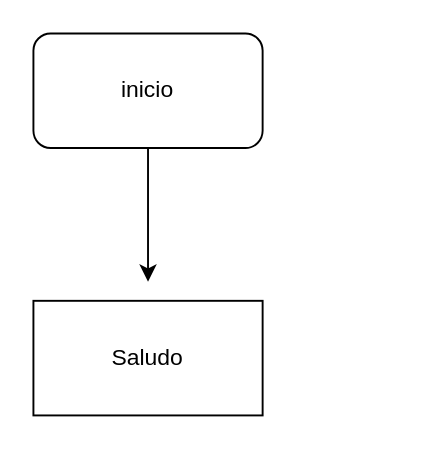
Above: Hola.drawio in smendozagomez/example (draw.io), before the change. Source tidied: cells renumbered, new cells numbered last; positions are measured from the earlier drawing's top-left corner, leaving out a move shared by most shapes. Both pictures are drawn from the tidied source at 191%, with x=0, y=0 at pixel (32, 32).
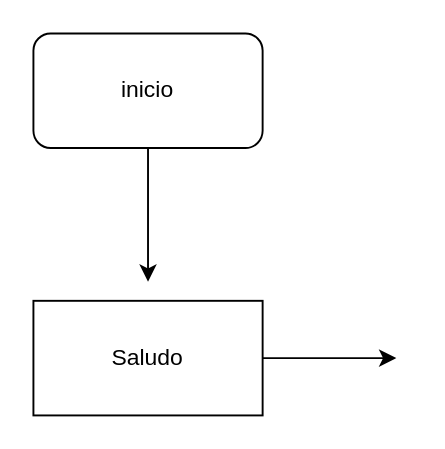
Above is the later version.

Change to the diagram source:
```diff
@@
 <mxGraphModel>
   <root>
     <mxCell id="0" />
     <mxCell id="1" parent="0" />
     <mxCell id="2" value="inicio" style="rounded=1;whiteSpace=wrap;html=1;" parent="1" vertex="1">
       <mxGeometry width="120" height="60" as="geometry" />
     </mxCell>
     <mxCell id="3" style="endArrow=classic;html=1;rounded=0;" parent="1" edge="1" source="2">
       <mxGeometry relative="1" as="geometry">
         <mxPoint x="60" y="130" as="targetPoint" />
       </mxGeometry>
     </mxCell>
     <mxCell id="4" value="Saludo" style="rounded=0;whiteSpace=wrap;html=1;" parent="1" vertex="1">
       <mxGeometry y="140" width="120" height="60" as="geometry" />
     </mxCell>
+    <mxCell id="5" style="endArrow=classic;html=1;rounded=0;exitX=1;exitY=0.5;exitDx=0;exitDy=0;" parent="1" edge="1" source="4">
+      <mxGeometry relative="1" as="geometry">
+        <mxPoint x="190" y="170" as="targetPoint" />
+      </mxGeometry>
+    </mxCell>
   </root>
 </mxGraphModel>
```
